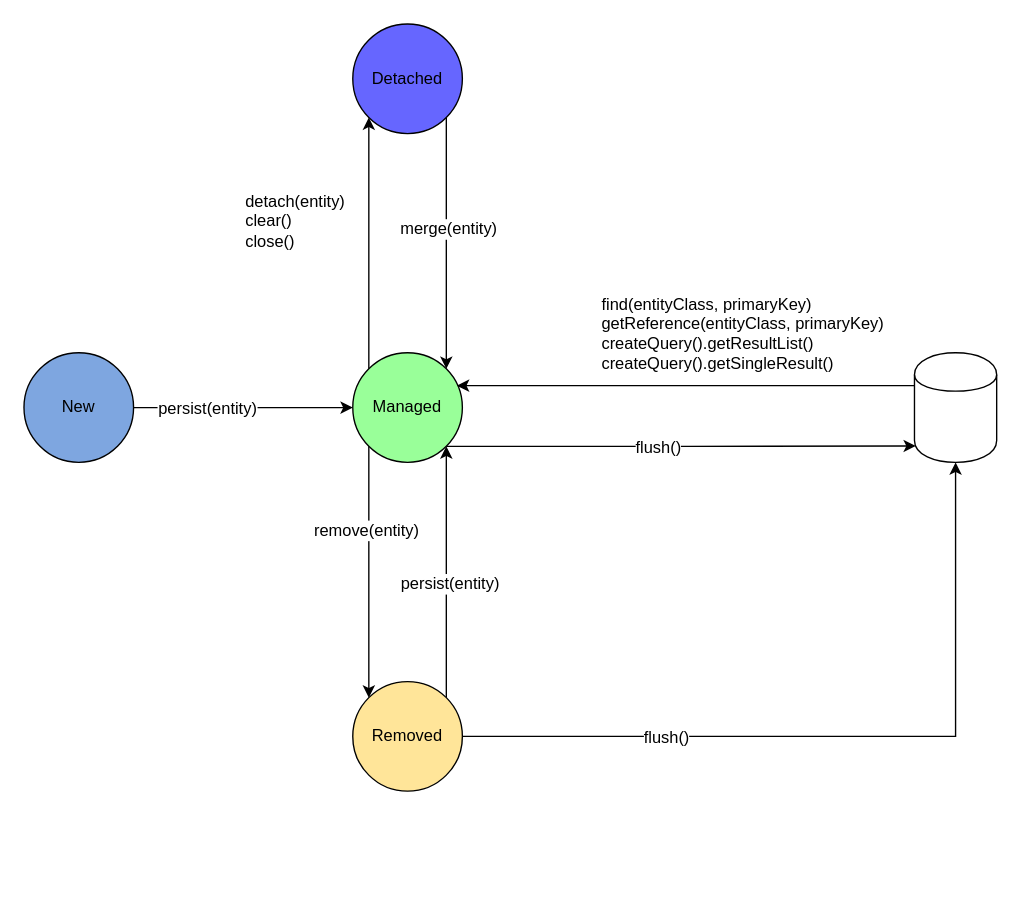
The draw.io diagram drawio/EntityStatusOfJPA.drawio in mingle08/java-note, before the edit. Source tidied: cells renumbered, new cells numbered last; positions are measured from the earlier drawing's top-left corner, leaving out a move shared by most shapes. Both pictures are drawn from the tidied source at 137%, with x=0, y=0 at pixel (23, 23).
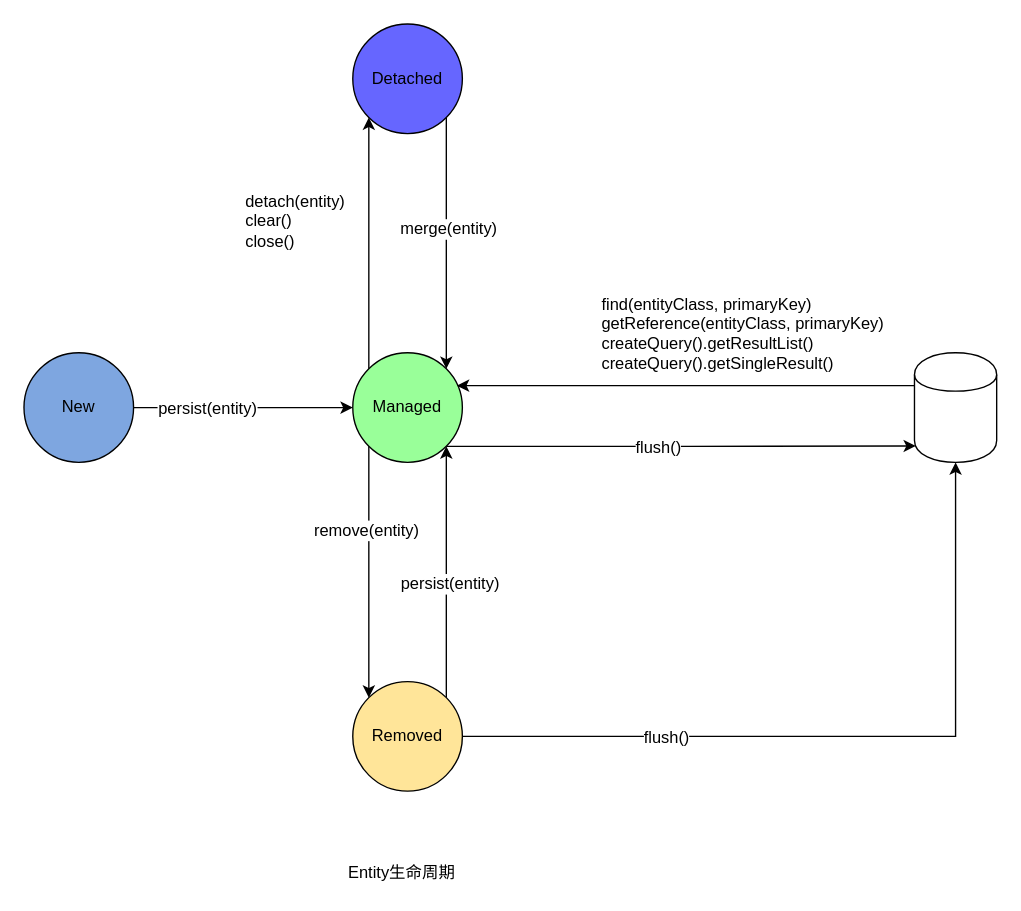
Above is the later version.

Change to the diagram source:
```diff
@@
+    <mxCell id="23" value="Entity生命周期" style="text;html=1;align=left;verticalAlign=top;spacingTop=-4;" parent="1" vertex="1">
+      <mxGeometry x="235" y="610" width="90" height="20" as="geometry" />
+    </mxCell>
```
